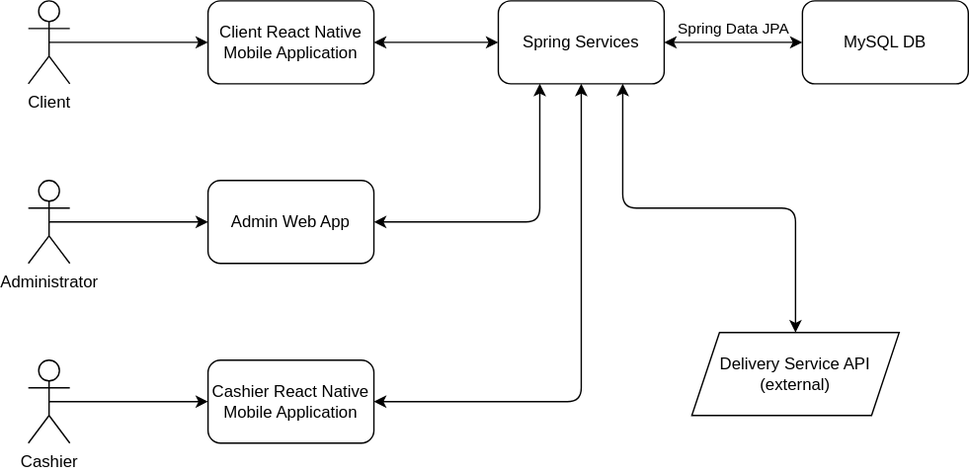
Earlier version of the draw.io export doc/arhitectura-sistem.svg (macovei-alex/PizzeriaQRoman). Source tidied: cells renumbered, new cells last; positions are measured from the earlier drawing's top-left corner, leaving out a move shared by most shapes.
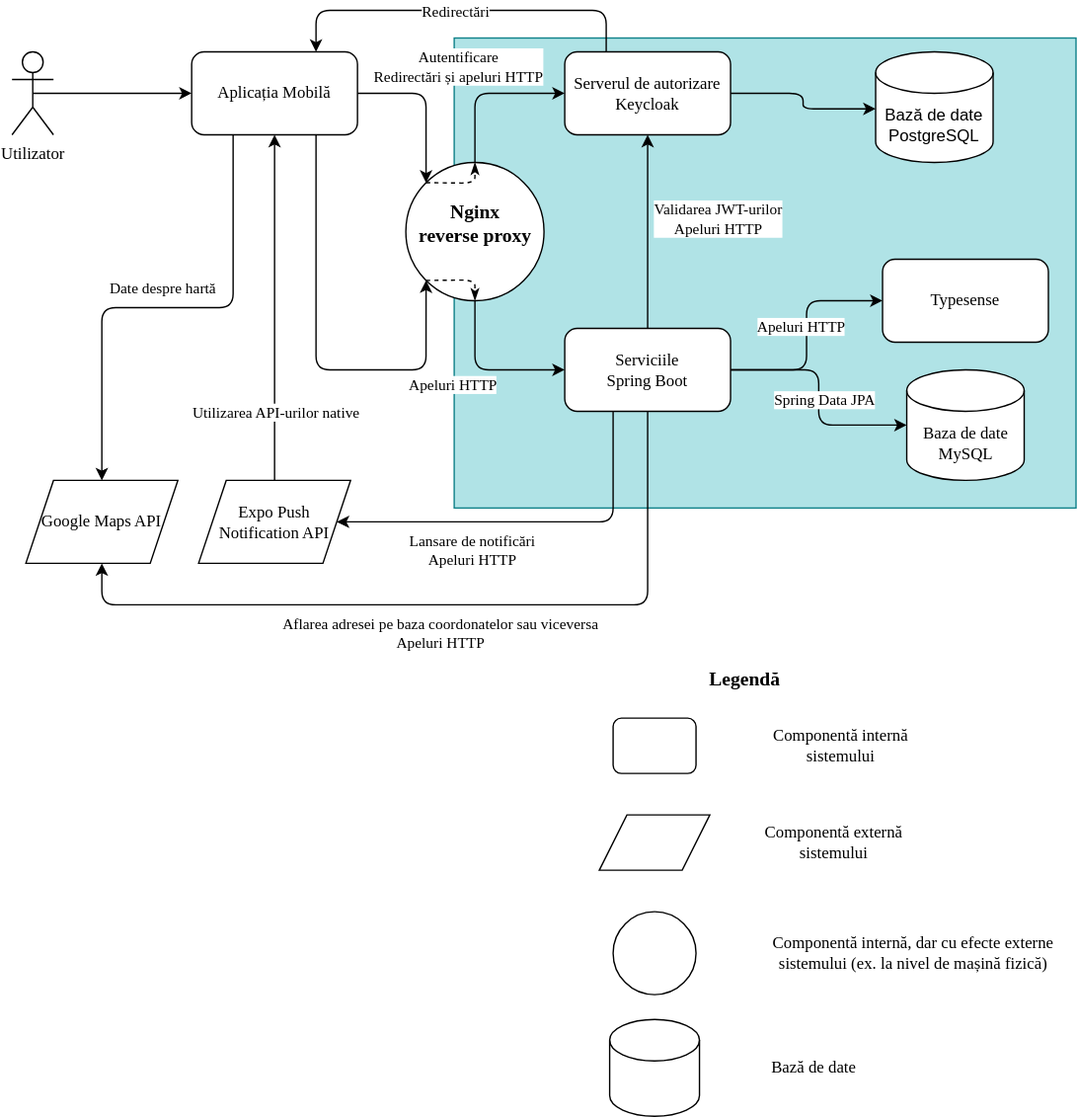
Above is the later version.

Commit message:
updated system architecture diagram

Change to the diagram source:
```diff
@@ -2,70 +2,205 @@
   <root>
     <mxCell id="0" />
     <mxCell id="1" parent="0" />
+    <mxCell id="21" style="rounded=0;whiteSpace=wrap;html=1;fillColor=#b0e3e6;strokeColor=#0e8088;" parent="1" vertex="1">
+      <mxGeometry x="320" y="10" width="450" height="340" as="geometry" />
+    </mxCell>
     <mxCell id="2" style="edgeStyle=none;html=1;exitX=1;exitY=0.5;exitDx=0;exitDy=0;entryX=1;entryY=0.5;entryDx=0;entryDy=0;" parent="1" edge="1" source="6" target="6">
       <mxGeometry relative="1" as="geometry" />
     </mxCell>
-    <mxCell id="3" style="edgeStyle=none;html=1;exitX=1;exitY=0.5;exitDx=0;exitDy=0;entryX=0;entryY=0.5;entryDx=0;entryDy=0;startArrow=classic;startFill=1;" parent="1" edge="1" source="6" target="7">
-      <mxGeometry relative="1" as="geometry">
-        <Array as="points">
-          <mxPoint x="460" y="30" />
-        </Array>
-      </mxGeometry>
-    </mxCell>
-    <mxCell id="4" value="Spring Data JPA" style="edgeLabel;html=1;align=center;verticalAlign=middle;" parent="3" vertex="1">
-      <mxGeometry x="0.26" y="3" relative="1" as="geometry">
-        <mxPoint x="-13" y="-7" as="offset" />
-      </mxGeometry>
-    </mxCell>
-    <mxCell id="5" style="edgeStyle=none;html=1;exitX=1;exitY=0.5;exitDx=0;exitDy=0;entryX=0;entryY=0.5;entryDx=0;entryDy=0;startArrow=classic;startFill=1;" parent="1" edge="1" source="10" target="6">
+    <mxCell id="5" style="edgeStyle=orthogonalEdgeStyle;html=1;exitX=1;exitY=0.5;exitDx=0;exitDy=0;entryX=0;entryY=0;entryDx=0;entryDy=0;startArrow=none;startFill=0;" parent="1" edge="1" source="10" target="47">
       <mxGeometry relative="1" as="geometry" />
     </mxCell>
+    <mxCell id="22" value="&lt;font face=&quot;UT Sans&quot;&gt;Autentificare&lt;/font&gt;&lt;div&gt;&lt;font face=&quot;UT Sans&quot;&gt;Redirectări și apeluri HTTP&lt;/font&gt;&lt;/div&gt;" style="edgeLabel;html=1;align=center;verticalAlign=middle;" parent="5" vertex="1">
+      <mxGeometry x="-0.25" y="-1" relative="1" as="geometry">
+        <mxPoint x="29" y="-21" as="offset" />
+      </mxGeometry>
+    </mxCell>
+    <mxCell id="23" style="edgeStyle=orthogonalEdgeStyle;html=1;exitX=0.5;exitY=1;exitDx=0;exitDy=0;entryX=0.5;entryY=0;entryDx=0;entryDy=0;startArrow=classic;startFill=1;endArrow=none;endFill=0;" parent="1" edge="1" source="6" target="40">
+      <mxGeometry relative="1" as="geometry" />
+    </mxCell>
+    <mxCell id="24" value="&lt;font face=&quot;UT Sans&quot;&gt;Validarea JWT-urilor&lt;/font&gt;&lt;div&gt;&lt;font face=&quot;UT Sans&quot;&gt;Apeluri HTTP&lt;/font&gt;&lt;/div&gt;" style="edgeLabel;html=1;align=center;verticalAlign=middle;" parent="23" vertex="1">
+      <mxGeometry x="-0.21" y="1" relative="1" as="geometry">
+        <mxPoint x="49" y="5" as="offset" />
+      </mxGeometry>
+    </mxCell>
+    <mxCell id="25" style="edgeStyle=orthogonalEdgeStyle;html=1;exitX=1;exitY=0.5;exitDx=0;exitDy=0;entryX=0;entryY=0;entryDx=0;entryDy=41.25;startArrow=none;startFill=0;entryPerimeter=0;" parent="1" edge="1" source="6" target="61">
+      <mxGeometry relative="1" as="geometry" />
+    </mxCell>
+    <mxCell id="26" style="edgeStyle=none;html=1;exitX=0.25;exitY=0;exitDx=0;exitDy=0;entryX=0.75;entryY=0;entryDx=0;entryDy=0;" parent="1" edge="1" source="6" target="10">
+      <mxGeometry relative="1" as="geometry">
+        <Array as="points">
+          <mxPoint x="430" y="-10" />
+          <mxPoint x="220" y="-10" />
+        </Array>
+      </mxGeometry>
+    </mxCell>
+    <mxCell id="27" value="&lt;font face=&quot;UT Sans&quot;&gt;Redirectări&lt;/font&gt;" style="edgeLabel;html=1;align=center;verticalAlign=middle;" parent="26" vertex="1">
+      <mxGeometry x="-0.13" y="-3" relative="1" as="geometry">
+        <mxPoint x="-22" y="3" as="offset" />
+      </mxGeometry>
+    </mxCell>
-    <mxCell id="6" value="Spring Services" style="rounded=1;whiteSpace=wrap;html=1;" parent="1" vertex="1">
-      <mxGeometry x="340" width="120" height="60" as="geometry" />
+    <mxCell id="6" value="&lt;font face=&quot;UT Sans&quot;&gt;Serverul de autorizare Keycloak&lt;/font&gt;" style="rounded=1;whiteSpace=wrap;html=1;" parent="1" vertex="1">
+      <mxGeometry x="400" y="20" width="120" height="60" as="geometry" />
     </mxCell>
-    <mxCell id="7" value="MySQL DB" style="rounded=1;whiteSpace=wrap;html=1;" parent="1" vertex="1">
-      <mxGeometry x="560" width="120" height="60" as="geometry" />
-    </mxCell>
     <mxCell id="8" style="edgeStyle=none;html=1;exitX=0.5;exitY=0.5;exitDx=0;exitDy=0;exitPerimeter=0;entryX=0;entryY=0.5;entryDx=0;entryDy=0;" parent="1" edge="1" source="9" target="10">
       <mxGeometry relative="1" as="geometry" />
     </mxCell>
-    <mxCell id="9" value="Client" style="shape=umlActor;verticalLabelPosition=bottom;verticalAlign=top;html=1;outlineConnect=0;" parent="1" vertex="1">
-      <mxGeometry width="30" height="60" as="geometry" />
+    <mxCell id="9" value="&lt;font face=&quot;UT Sans&quot;&gt;Utilizator&lt;/font&gt;" style="shape=umlActor;verticalLabelPosition=bottom;verticalAlign=top;html=1;outlineConnect=0;noLabel=0;" parent="1" vertex="1">
+      <mxGeometry y="20" width="30" height="60" as="geometry" />
     </mxCell>
+    <mxCell id="28" style="edgeStyle=orthogonalEdgeStyle;html=1;exitX=0.75;exitY=1;exitDx=0;exitDy=0;startArrow=none;startFill=0;endArrow=classic;endFill=1;entryX=0;entryY=1;entryDx=0;entryDy=0;" parent="1" edge="1" source="10" target="47">
+      <mxGeometry relative="1" as="geometry">
+        <Array as="points">
+          <mxPoint x="220" y="250" />
+          <mxPoint x="300" y="250" />
+        </Array>
+      </mxGeometry>
+    </mxCell>
+    <mxCell id="29" value="&lt;font face=&quot;UT Sans&quot;&gt;Apeluri HTTP&lt;/font&gt;" style="edgeLabel;html=1;align=center;verticalAlign=middle;" parent="28" vertex="1">
+      <mxGeometry x="0.28" y="3" relative="1" as="geometry">
+        <mxPoint x="67" y="13" as="offset" />
+      </mxGeometry>
+    </mxCell>
+    <mxCell id="30" style="edgeStyle=orthogonalEdgeStyle;html=1;exitX=0.25;exitY=1;exitDx=0;exitDy=0;" parent="1" edge="1" source="10" target="20">
+      <mxGeometry relative="1" as="geometry" />
+    </mxCell>
+    <mxCell id="31" value="&lt;font face=&quot;UT Sans&quot;&gt;Date despre hartă&lt;/font&gt;" style="edgeLabel;html=1;align=center;verticalAlign=middle;" parent="30" vertex="1">
+      <mxGeometry x="-0.03" relative="1" as="geometry">
+        <mxPoint x="-10" y="-15" as="offset" />
+      </mxGeometry>
+    </mxCell>
-    <mxCell id="10" value="Client React Native Mobile Application" style="rounded=1;whiteSpace=wrap;html=1;" parent="1" vertex="1">
-      <mxGeometry x="130" width="120" height="60" as="geometry" />
+    <mxCell id="10" value="&lt;font face=&quot;UT Sans&quot;&gt;Aplicația&amp;nbsp;&lt;span style=&quot;background-color: transparent;&quot;&gt;Mobilă&lt;/span&gt;&lt;/font&gt;" style="rounded=1;whiteSpace=wrap;html=1;" parent="1" vertex="1">
+      <mxGeometry x="130" y="20" width="120" height="60" as="geometry" />
     </mxCell>
-    <mxCell id="11" style="edgeStyle=orthogonalEdgeStyle;jumpStyle=none;html=1;exitX=1;exitY=0.5;exitDx=0;exitDy=0;entryX=0.25;entryY=1;entryDx=0;entryDy=0;strokeColor=default;endFill=1;startArrow=classic;startFill=1;" parent="1" edge="1" source="12" target="6">
-      <mxGeometry relative="1" as="geometry" />
-    </mxCell>
-    <mxCell id="12" value="Admin Web App" style="rounded=1;whiteSpace=wrap;html=1;" parent="1" vertex="1">
-      <mxGeometry x="130" y="130" width="120" height="60" as="geometry" />
-    </mxCell>
-    <mxCell id="13" style="edgeStyle=none;html=1;exitX=0.5;exitY=0.5;exitDx=0;exitDy=0;exitPerimeter=0;entryX=0;entryY=0.5;entryDx=0;entryDy=0;" parent="1" edge="1" source="14" target="12">
-      <mxGeometry relative="1" as="geometry" />
-    </mxCell>
-    <mxCell id="14" value="Administrator" style="shape=umlActor;verticalLabelPosition=bottom;verticalAlign=top;html=1;outlineConnect=0;" parent="1" vertex="1">
-      <mxGeometry y="130" width="30" height="60" as="geometry" />
-    </mxCell>
-    <mxCell id="15" style="edgeStyle=orthogonalEdgeStyle;jumpStyle=none;html=1;exitX=1;exitY=0.5;exitDx=0;exitDy=0;entryX=0.5;entryY=1;entryDx=0;entryDy=0;strokeColor=default;startArrow=classic;startFill=1;endFill=1;" parent="1" edge="1" source="16" target="6">
-      <mxGeometry relative="1" as="geometry" />
-    </mxCell>
-    <mxCell id="16" value="Cashier React Native Mobile Application" style="rounded=1;whiteSpace=wrap;html=1;" parent="1" vertex="1">
-      <mxGeometry x="130" y="260" width="120" height="60" as="geometry" />
-    </mxCell>
-    <mxCell id="17" style="edgeStyle=orthogonalEdgeStyle;jumpStyle=none;html=1;exitX=0.5;exitY=0.5;exitDx=0;exitDy=0;exitPerimeter=0;entryX=0;entryY=0.5;entryDx=0;entryDy=0;strokeColor=default;startArrow=none;startFill=0;endFill=1;" parent="1" edge="1" source="18" target="16">
-      <mxGeometry relative="1" as="geometry" />
-    </mxCell>
-    <mxCell id="18" value="Cashier" style="shape=umlActor;verticalLabelPosition=bottom;verticalAlign=top;html=1;outlineConnect=0;align=center;" parent="1" vertex="1">
-      <mxGeometry y="260" width="30" height="60" as="geometry" />
-    </mxCell>
-    <mxCell id="19" style="edgeStyle=orthogonalEdgeStyle;jumpStyle=none;html=1;exitX=0.5;exitY=0;exitDx=0;exitDy=0;strokeColor=default;startArrow=classic;startFill=1;endFill=1;" parent="1" edge="1" source="20">
-      <mxGeometry relative="1" as="geometry">
-        <mxPoint x="430" y="60" as="targetPoint" />
-      </mxGeometry>
-    </mxCell>
-    <mxCell id="20" value="Delivery Service API (external)" style="shape=parallelogram;perimeter=parallelogramPerimeter;whiteSpace=wrap;html=1;fixedSize=1;" parent="1" vertex="1">
-      <mxGeometry x="480" y="240" width="150" height="60" as="geometry" />
+    <mxCell id="20" value="&lt;font face=&quot;UT Sans&quot;&gt;Google Maps API&lt;/font&gt;" style="shape=parallelogram;perimeter=parallelogramPerimeter;whiteSpace=wrap;html=1;fixedSize=1;" parent="1" vertex="1">
+      <mxGeometry x="10" y="330" width="110" height="60" as="geometry" />
     </mxCell>
+    <mxCell id="32" style="edgeStyle=none;html=1;exitX=1;exitY=0.5;exitDx=0;exitDy=0;entryX=1;entryY=0.5;entryDx=0;entryDy=0;" parent="1" edge="1" source="40" target="40">
+      <mxGeometry relative="1" as="geometry" />
+    </mxCell>
+    <mxCell id="33" style="edgeStyle=orthogonalEdgeStyle;html=1;exitX=1;exitY=0.5;exitDx=0;exitDy=0;entryX=0;entryY=0.5;entryDx=0;entryDy=0;startArrow=none;startFill=0;entryPerimeter=0;" parent="1" edge="1" source="40" target="58">
+      <mxGeometry relative="1" as="geometry" />
+    </mxCell>
+    <mxCell id="4" value="&lt;font face=&quot;UT Sans&quot;&gt;Spring Data JPA&lt;/font&gt;" style="edgeLabel;html=1;align=center;verticalAlign=middle;" parent="33" vertex="1">
+      <mxGeometry x="0.26" y="3" relative="1" as="geometry">
+        <mxPoint x="2" y="-16" as="offset" />
+      </mxGeometry>
+    </mxCell>
+    <mxCell id="34" style="edgeStyle=orthogonalEdgeStyle;html=1;exitX=1;exitY=0.5;exitDx=0;exitDy=0;entryX=0;entryY=0.5;entryDx=0;entryDy=0;" parent="1" edge="1" source="40" target="41">
+      <mxGeometry relative="1" as="geometry">
+        <Array as="points">
+          <mxPoint x="575" y="250" />
+          <mxPoint x="575" y="200" />
+        </Array>
+      </mxGeometry>
+    </mxCell>
+    <mxCell id="35" value="&lt;font face=&quot;UT Sans&quot;&gt;Apeluri HTTP&lt;/font&gt;" style="edgeLabel;html=1;align=center;verticalAlign=middle;" parent="34" vertex="1">
+      <mxGeometry x="0.22" relative="1" as="geometry">
+        <mxPoint x="-5" y="11" as="offset" />
+      </mxGeometry>
+    </mxCell>
+    <mxCell id="36" style="edgeStyle=orthogonalEdgeStyle;html=1;exitX=0.25;exitY=1;exitDx=0;exitDy=0;entryX=1;entryY=0.5;entryDx=0;entryDy=0;" parent="1" edge="1" target="44">
+      <mxGeometry relative="1" as="geometry">
+        <mxPoint x="435" y="280" as="sourcePoint" />
+        <Array as="points">
+          <mxPoint x="435" y="360" />
+          <mxPoint x="265" y="360" />
+        </Array>
+      </mxGeometry>
+    </mxCell>
+    <mxCell id="37" value="&lt;font face=&quot;UT Sans&quot;&gt;Lansare de notificări&lt;/font&gt;&lt;div&gt;&lt;font face=&quot;UT Sans&quot;&gt;Apeluri HTTP&lt;/font&gt;&lt;/div&gt;" style="edgeLabel;html=1;align=center;verticalAlign=middle;" parent="36" vertex="1">
+      <mxGeometry x="0.2" y="1" relative="1" as="geometry">
+        <mxPoint x="-15" y="19" as="offset" />
+      </mxGeometry>
+    </mxCell>
+    <mxCell id="38" style="edgeStyle=orthogonalEdgeStyle;html=1;exitX=0.5;exitY=1;exitDx=0;exitDy=0;" parent="1" edge="1" source="40" target="20">
+      <mxGeometry relative="1" as="geometry">
+        <Array as="points">
+          <mxPoint x="460" y="420" />
+        </Array>
+      </mxGeometry>
+    </mxCell>
+    <mxCell id="39" value="&lt;div&gt;&lt;font face=&quot;UT Sans&quot;&gt;Aflarea adresei pe baza coordonatelor sau viceversa&lt;/font&gt;&lt;/div&gt;&lt;font face=&quot;UT Sans&quot;&gt;Apeluri HTTP&lt;/font&gt;" style="edgeLabel;html=1;align=center;verticalAlign=middle;labelBackgroundColor=default;" parent="38" vertex="1">
+      <mxGeometry x="0.16" y="-4" relative="1" as="geometry">
+        <mxPoint x="38" y="24" as="offset" />
+      </mxGeometry>
+    </mxCell>
+    <mxCell id="40" value="&lt;font face=&quot;UT Sans&quot;&gt;Serviciile&lt;/font&gt;&lt;div&gt;&lt;font face=&quot;UT Sans&quot;&gt;Spring Boot&lt;/font&gt;&lt;/div&gt;" style="rounded=1;whiteSpace=wrap;html=1;" parent="1" vertex="1">
+      <mxGeometry x="400" y="220" width="120" height="60" as="geometry" />
+    </mxCell>
+    <mxCell id="41" value="&lt;font face=&quot;UT Sans&quot;&gt;Typesense&lt;/font&gt;" style="rounded=1;whiteSpace=wrap;html=1;" parent="1" vertex="1">
+      <mxGeometry x="630" y="170" width="120" height="60" as="geometry" />
+    </mxCell>
+    <mxCell id="42" style="edgeStyle=orthogonalEdgeStyle;html=1;exitX=0.5;exitY=0;exitDx=0;exitDy=0;entryX=0.5;entryY=1;entryDx=0;entryDy=0;fontFamily=Helvetica;" parent="1" edge="1" source="44" target="10">
+      <mxGeometry relative="1" as="geometry" />
+    </mxCell>
+    <mxCell id="43" value="&lt;font face=&quot;UT Sans&quot;&gt;Utilizarea API-urilor native&lt;/font&gt;" style="edgeLabel;html=1;align=center;verticalAlign=middle;" parent="42" vertex="1">
+      <mxGeometry x="-0.7" y="3" relative="1" as="geometry">
+        <mxPoint x="3" y="-12" as="offset" />
+      </mxGeometry>
+    </mxCell>
+    <mxCell id="44" value="&lt;font face=&quot;UT Sans&quot;&gt;Expo Push Notification API&lt;/font&gt;" style="shape=parallelogram;perimeter=parallelogramPerimeter;whiteSpace=wrap;html=1;fixedSize=1;" parent="1" vertex="1">
+      <mxGeometry x="135" y="330" width="110" height="60" as="geometry" />
+    </mxCell>
+    <mxCell id="45" style="edgeStyle=orthogonalEdgeStyle;html=1;entryX=0;entryY=0.5;entryDx=0;entryDy=0;exitX=0.5;exitY=0;exitDx=0;exitDy=0;" parent="1" edge="1" source="47" target="6">
+      <mxGeometry relative="1" as="geometry" />
+    </mxCell>
+    <mxCell id="46" style="edgeStyle=orthogonalEdgeStyle;html=1;exitX=0.5;exitY=1;exitDx=0;exitDy=0;entryX=0;entryY=0.5;entryDx=0;entryDy=0;" parent="1" edge="1" source="47" target="40">
+      <mxGeometry relative="1" as="geometry" />
+    </mxCell>
+    <mxCell id="47" style="ellipse;whiteSpace=wrap;html=1;" parent="1" vertex="1">
+      <mxGeometry x="285" y="100" width="100" height="100" as="geometry" />
+    </mxCell>
+    <mxCell id="48" value="&lt;b&gt;&lt;font face=&quot;UT Sans&quot; style=&quot;font-size: 14px;&quot;&gt;Nginx&lt;/font&gt;&lt;/b&gt;&lt;div&gt;&lt;b&gt;&lt;font face=&quot;UT Sans&quot; style=&quot;font-size: 14px;&quot;&gt;reverse proxy&lt;/font&gt;&lt;/b&gt;&lt;/div&gt;" style="text;html=1;align=center;verticalAlign=middle;strokeColor=none;fillColor=none;" parent="1" vertex="1">
+      <mxGeometry x="280" y="120" width="110" height="50" as="geometry" />
+    </mxCell>
+    <mxCell id="49" style="edgeStyle=orthogonalEdgeStyle;html=1;exitX=0;exitY=0;exitDx=0;exitDy=0;entryX=0.5;entryY=0;entryDx=0;entryDy=0;dashed=1;endArrow=classicThin;endFill=1;" parent="1" edge="1" source="47" target="47">
+      <mxGeometry relative="1" as="geometry">
+        <Array as="points">
+          <mxPoint x="335" y="115" />
+        </Array>
+      </mxGeometry>
+    </mxCell>
+    <mxCell id="50" style="edgeStyle=orthogonalEdgeStyle;html=1;exitX=0;exitY=1;exitDx=0;exitDy=0;entryX=0.5;entryY=1;entryDx=0;entryDy=0;dashed=1;endArrow=classicThin;endFill=1;" parent="1" edge="1" source="47" target="47">
+      <mxGeometry relative="1" as="geometry">
+        <Array as="points">
+          <mxPoint x="335" y="185" />
+        </Array>
+      </mxGeometry>
+    </mxCell>
+    <mxCell id="51" style="rounded=1;whiteSpace=wrap;html=1;" parent="1" vertex="1">
+      <mxGeometry x="435" y="502" width="60" height="40" as="geometry" />
+    </mxCell>
+    <mxCell id="52" value="&lt;font face=&quot;UT Sans&quot;&gt;&lt;span style=&quot;font-size: 14px;&quot;&gt;&lt;b&gt;Legendă&lt;/b&gt;&lt;/span&gt;&lt;/font&gt;" style="text;html=1;align=center;verticalAlign=middle;strokeColor=none;fillColor=none;" parent="1" vertex="1">
+      <mxGeometry x="495" y="460" width="70" height="30" as="geometry" />
+    </mxCell>
+    <mxCell id="53" value="&lt;font face=&quot;UT Sans&quot;&gt;Componentă internă sistemului&lt;/font&gt;" style="text;html=1;align=center;verticalAlign=middle;whiteSpace=wrap;rounded=0;" parent="1" vertex="1">
+      <mxGeometry x="535" y="507" width="130" height="30" as="geometry" />
+    </mxCell>
+    <mxCell id="54" style="ellipse;whiteSpace=wrap;html=1;" parent="1" vertex="1">
+      <mxGeometry x="435" y="642" width="60" height="60" as="geometry" />
+    </mxCell>
+    <mxCell id="55" style="shape=parallelogram;perimeter=parallelogramPerimeter;whiteSpace=wrap;html=1;fixedSize=1;" parent="1" vertex="1">
+      <mxGeometry x="425" y="572" width="80" height="40" as="geometry" />
+    </mxCell>
+    <mxCell id="56" value="&lt;font face=&quot;UT Sans&quot;&gt;Componentă externă sistemului&lt;/font&gt;" style="text;html=1;align=center;verticalAlign=middle;whiteSpace=wrap;rounded=0;" parent="1" vertex="1">
+      <mxGeometry x="535" y="577" width="120" height="30" as="geometry" />
+    </mxCell>
+    <mxCell id="57" value="&lt;font face=&quot;UT Sans&quot;&gt;Componentă internă, dar cu efecte externe sistemului (ex. la nivel de mașină fizică)&lt;/font&gt;" style="text;html=1;align=center;verticalAlign=middle;whiteSpace=wrap;rounded=0;" parent="1" vertex="1">
+      <mxGeometry x="535" y="657" width="235" height="30" as="geometry" />
+    </mxCell>
+    <mxCell id="58" value="&lt;font face=&quot;UT Sans&quot;&gt;Baza de date MySQL&lt;/font&gt;" style="shape=cylinder3;whiteSpace=wrap;html=1;boundedLbl=1;backgroundOutline=1;size=15;" parent="1" vertex="1">
+      <mxGeometry x="647.5" y="250" width="85" height="80" as="geometry" />
+    </mxCell>
+    <mxCell id="59" style="shape=cylinder3;whiteSpace=wrap;html=1;boundedLbl=1;backgroundOutline=1;size=15;" parent="1" vertex="1">
+      <mxGeometry x="432.5" y="720" width="65" height="70" as="geometry" />
+    </mxCell>
+    <mxCell id="60" value="&lt;font face=&quot;UT Sans&quot;&gt;Bază de date&lt;/font&gt;" style="text;html=1;align=center;verticalAlign=middle;strokeColor=none;fillColor=none;" parent="1" vertex="1">
+      <mxGeometry x="535" y="740" width="90" height="30" as="geometry" />
+    </mxCell>
+    <mxCell id="61" value="Bază de date PostgreSQL" style="shape=cylinder3;whiteSpace=wrap;html=1;boundedLbl=1;backgroundOutline=1;size=15;" parent="1" vertex="1">
+      <mxGeometry x="625" y="20" width="85" height="80" as="geometry" />
+    </mxCell>
   </root>
 </mxGraphModel>
```
